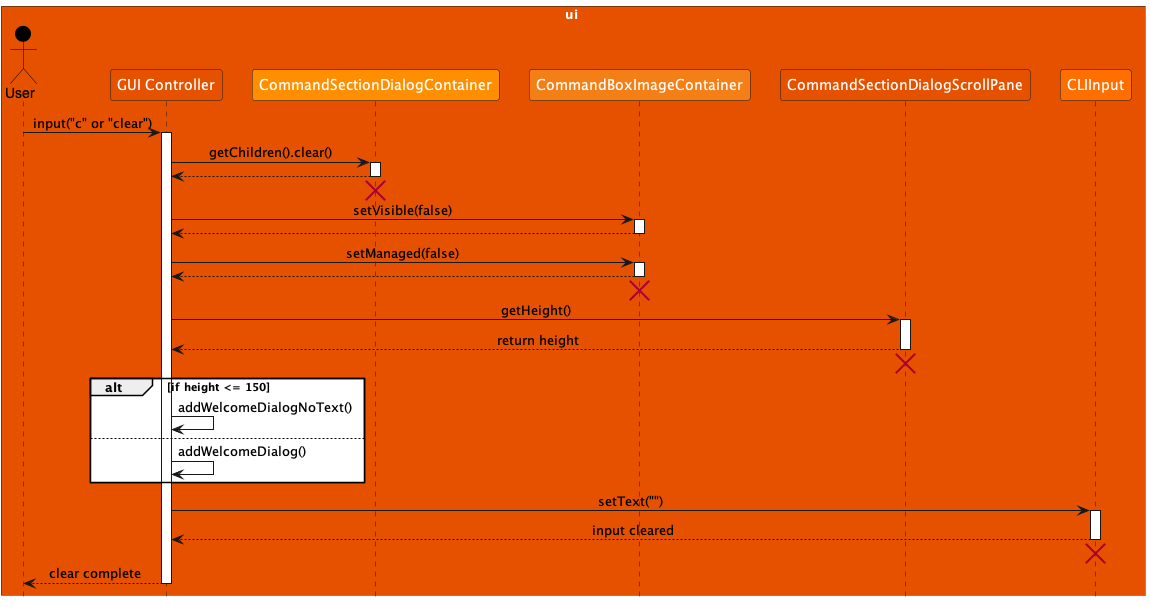
The PlantUML diagram docs/images/ClearTerminalSequenceDiagram.png in Emberlynn-Loo/tp, before a commit.
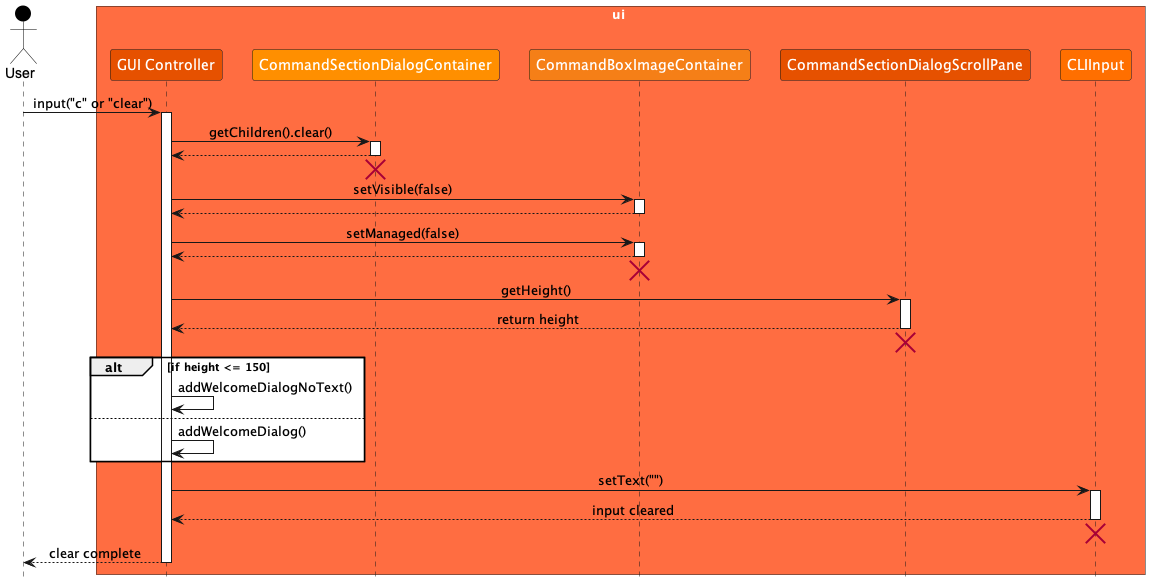
The same diagram one commit later.

What changed in the source:
```diff
@@ -2,13 +2,14 @@
 !include style.puml
 skinparam ArrowFontStyle plain
 !define GUI_CONTROLLER_COLOR #E65100
+!define GUI_BOX_COLOR #FF6D41
 !define DIALOG_CONTAINER_COLOR #FF8F00
 !define IMAGE_CONTAINER_COLOR #F57F17
 !define SCROLLPANE_COLOR #E65100
 !define CLIINPUT_COLOR #FF6F00
 
-box ui GUI_CONTROLLER_COLOR
 actor User as user USER_COLOR
+box ui GUI_BOX_COLOR
 participant "GUI Controller" as controller GUI_CONTROLLER_COLOR
 participant "CommandSectionDialogContainer" as dialogContainer DIALOG_CONTAINER_COLOR
 participant "CommandBoxImageContainer" as imageContainer IMAGE_CONTAINER_COLOR
```
